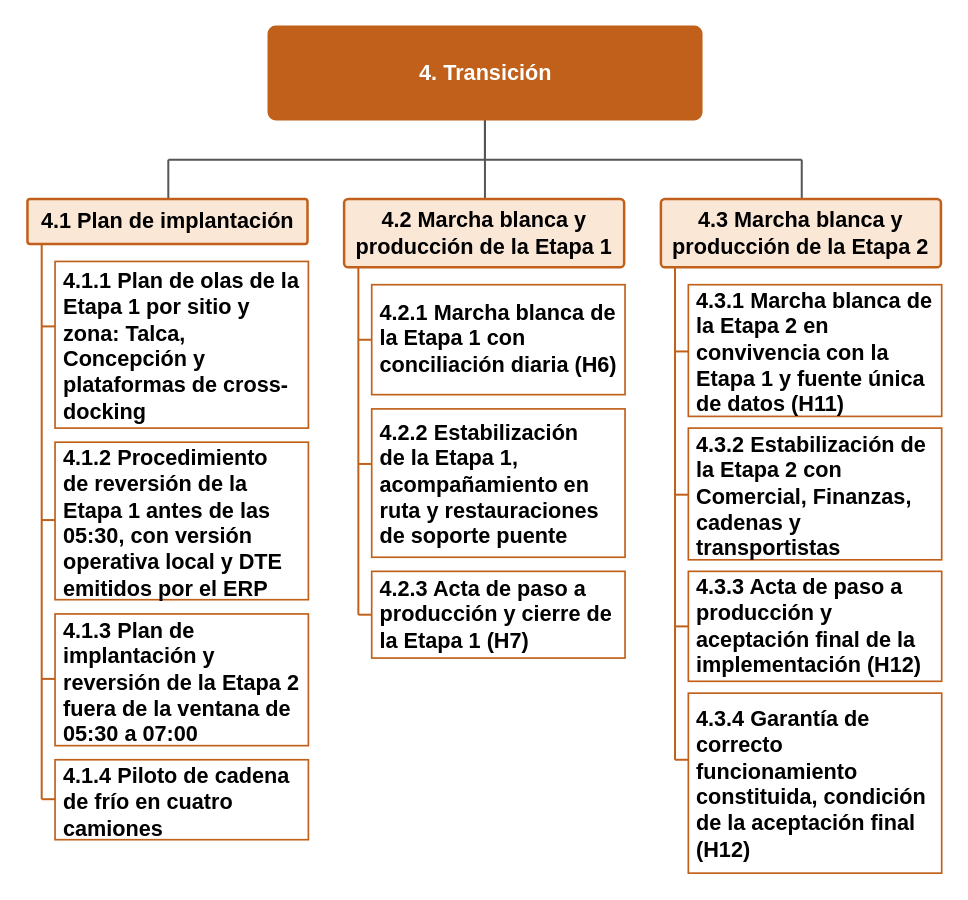
This is imagenes/Imagenes de la edt/EDT-Fase 4.drawio from PatricioH315/LafroX, a draw.io file, before an edit. Source tidied: cells renumbered, new cells numbered last; positions are measured from the earlier drawing's top-left corner, leaving out a move shared by most shapes. Both pictures are drawn from the tidied source at 150%, with x=0, y=0 at pixel (27, 26).
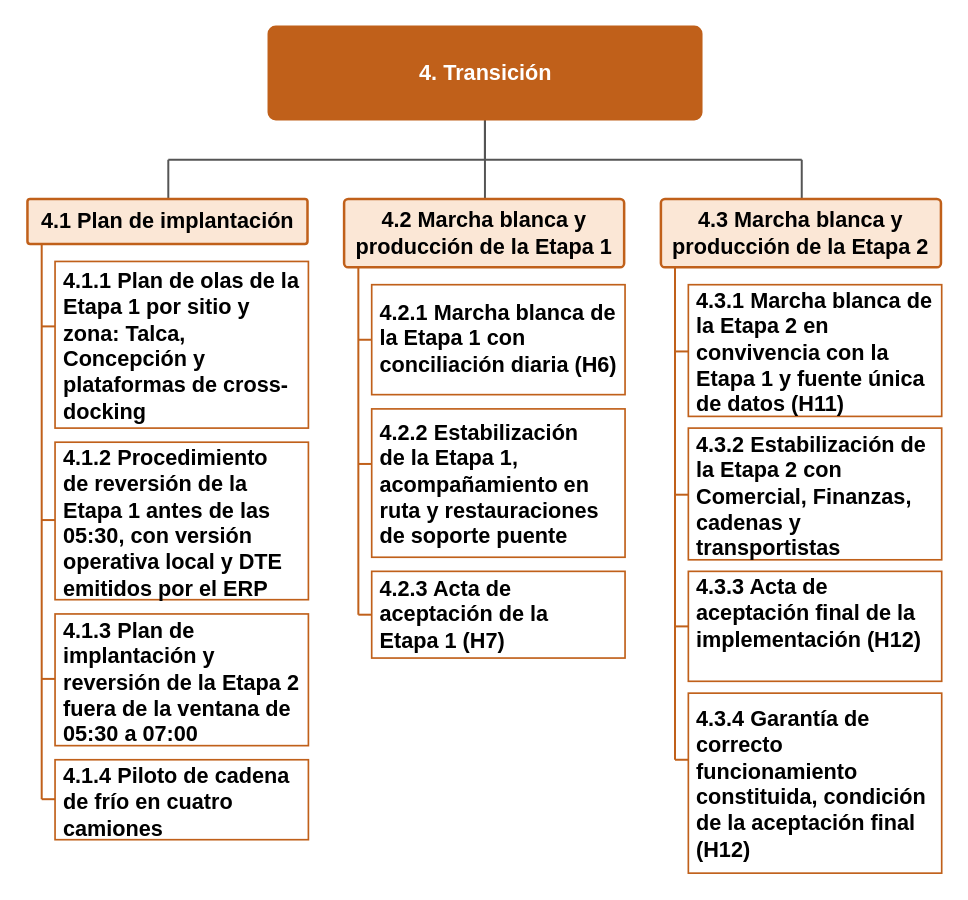
After the change.

The edit, as a diff of the source:
```diff
@@
-    <mxCell id="32" value="&lt;b&gt;4.2.3 Acta de paso a&lt;/b&gt;&lt;br&gt;&lt;b&gt;producción y cierre de&lt;/b&gt;&lt;br&gt;&lt;b&gt;la Etapa 1 (H7)&lt;/b&gt;" style="rounded=0;whiteSpace=nowrap;html=1;fillColor=#FFFFFF;strokeColor=#C0601A;strokeWidth=1.111;spacing=0;fontFamily=Arial;fontSize=14.444;fontColor=#000000;fontStyle=0;align=left;verticalAlign=top;spacingLeft=6.11;spacingTop=-1.19;" parent="1" vertex="1">
+    <mxCell id="32" value="&lt;b&gt;4.2.3 Acta de&lt;/b&gt;&lt;br&gt;&lt;b&gt;aceptación de la&lt;/b&gt;&lt;br&gt;&lt;b&gt;Etapa 1 (H7)&lt;/b&gt;" style="rounded=0;whiteSpace=nowrap;html=1;fillColor=#FFFFFF;strokeColor=#C0601A;strokeWidth=1.111;spacing=0;fontFamily=Arial;fontSize=14.444;fontColor=#000000;fontStyle=0;align=left;verticalAlign=top;spacingLeft=6.11;spacingTop=-1.19;" parent="1" vertex="1">
       <mxGeometry x="229.3" y="363.4" width="168.9" height="57.8" as="geometry" />
     </mxCell>
@@
-    <mxCell id="36" value="&lt;b&gt;4.3.3 Acta de paso a&lt;/b&gt;&lt;br&gt;&lt;b&gt;producción y&lt;/b&gt;&lt;br&gt;&lt;b&gt;aceptación final de la&lt;/b&gt;&lt;br&gt;&lt;b&gt;implementación (H12)&lt;/b&gt;" style="rounded=0;whiteSpace=nowrap;html=1;fillColor=#FFFFFF;strokeColor=#C0601A;strokeWidth=1.111;spacing=0;fontFamily=Arial;fontSize=14.444;fontColor=#000000;fontStyle=0;align=left;verticalAlign=top;spacingLeft=6.11;spacingTop=-2.3;" parent="1" vertex="1">
+    <mxCell id="36" value="&lt;b&gt;4.3.3 Acta de&lt;/b&gt;&lt;br&gt;&lt;b&gt;aceptación final de la&lt;/b&gt;&lt;br&gt;&lt;b&gt;implementación (H12)&lt;/b&gt;" style="rounded=0;whiteSpace=nowrap;html=1;fillColor=#FFFFFF;strokeColor=#C0601A;strokeWidth=1.111;spacing=0;fontFamily=Arial;fontSize=14.444;fontColor=#000000;fontStyle=0;align=left;verticalAlign=top;spacingLeft=6.11;spacingTop=-2.3;" parent="1" vertex="1">
       <mxGeometry x="440.4" y="363.4" width="168.9" height="73.3" as="geometry" />
     </mxCell>
```
